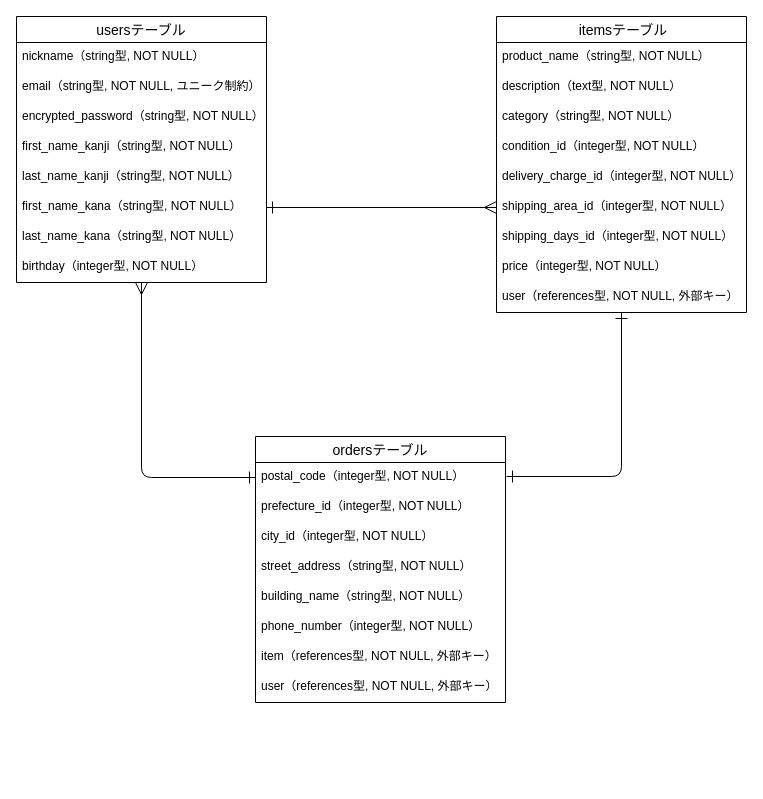
Above: test.dio in Tanaka925/furima-40189 (draw.io), before the change. Source tidied: cells renumbered, new cells numbered last; positions are measured from the earlier drawing's top-left corner, leaving out a move shared by most shapes. Both pictures are drawn from the tidied source at 100%, with x=0, y=0 at pixel (16, 16).
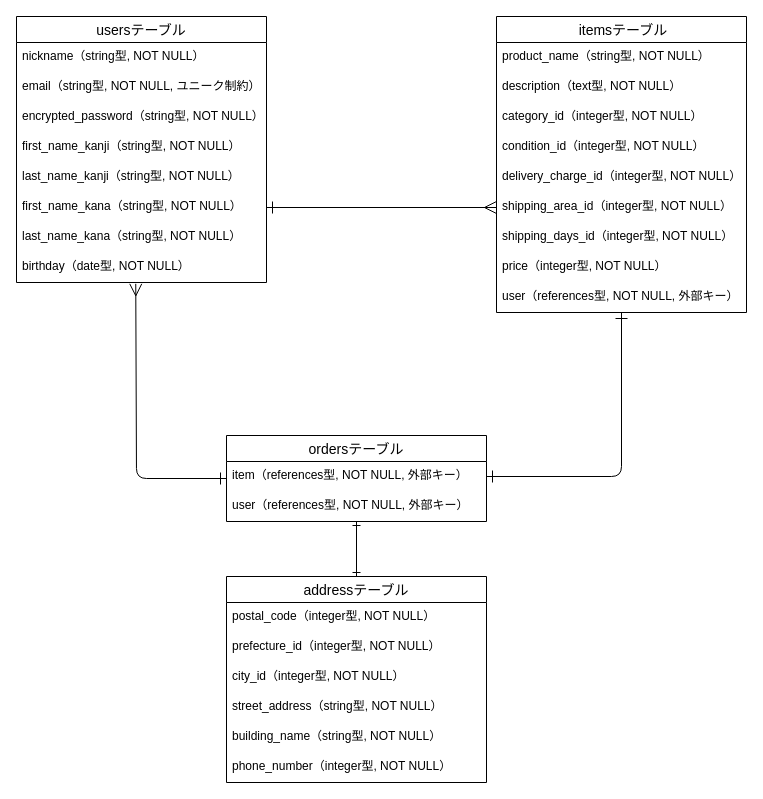
Above is the later version.

The change refers to these unchanged cells:
```xml
<mxCell id="3" value="usersテーブル" style="swimlane;fontStyle=0;horizontal=1;startSize=26;align=center;fontSize=14;" parent="1" vertex="1">
  <mxGeometry width="250" height="266" as="geometry" />
</mxCell>
<mxCell id="9" value="first_name_kana（string型, NOT NULL）" style="text;strokeColor=none;fillColor=none;spacingLeft=4;spacingRight=4;overflow=hidden;points=[[0,0.5],[1,0.5]];portConstraint=eastwest;fontSize=12;" parent="3" vertex="1">
  <mxGeometry y="176" width="250" height="30" as="geometry" />
</mxCell>
<mxCell id="13" value=" itemsテーブル" style="swimlane;fontStyle=0;horizontal=1;startSize=26;align=center;fontSize=14;" parent="1" vertex="1">
  <mxGeometry x="480" width="250" height="296" as="geometry" />
</mxCell>
<mxCell id="19" value="shipping_area_id（integer型, NOT NULL）" style="text;strokeColor=none;fillColor=none;spacingLeft=4;spacingRight=4;overflow=hidden;points=[[0,0.5],[1,0.5]];portConstraint=eastwest;fontSize=12;" parent="13" vertex="1">
  <mxGeometry y="176" width="250" height="30" as="geometry" />
</mxCell>
```

The edit, as a diff of the source:
```diff
@@
-    <mxCell id="2" style="edgeStyle=none;html=1;entryX=0;entryY=0.5;entryDx=0;entryDy=0;startArrow=ERmany;startFill=0;endArrow=ERone;endFill=0;startSize=10;endSize=10;" parent="1" edge="1" source="3" target="24">
-      <mxGeometry relative="1" as="geometry">
-        <Array as="points">
-          <mxPoint x="125" y="461" />
-        </Array>
-      </mxGeometry>
-    </mxCell>
@@
-    <mxCell id="11" value="birthday（integer型, NOT NULL）" style="text;strokeColor=none;fillColor=none;spacingLeft=4;spacingRight=4;overflow=hidden;points=[[0,0.5],[1,0.5]];portConstraint=eastwest;fontSize=12;" parent="3" vertex="1">
+    <mxCell id="11" value="birthday（date型, NOT NULL）" style="text;strokeColor=none;fillColor=none;spacingLeft=4;spacingRight=4;overflow=hidden;points=[[0,0.5],[1,0.5]];portConstraint=eastwest;fontSize=12;" parent="3" vertex="1">
       <mxGeometry y="236" width="250" height="30" as="geometry" />
     </mxCell>
-    <mxCell id="12" style="edgeStyle=none;html=1;startArrow=ERone;startFill=0;endArrow=ERone;endFill=0;startSize=10;endSize=10;" parent="1" edge="1" source="13">
+    <mxCell id="12" style="edgeStyle=none;html=1;startArrow=ERone;startFill=0;endArrow=ERone;endFill=0;startSize=10;endSize=10;entryX=1;entryY=0.5;entryDx=0;entryDy=0;" parent="1" edge="1" source="13" target="30">
       <mxGeometry relative="1" as="geometry">
-        <mxPoint x="490" y="460" as="targetPoint" />
         <Array as="points">
           <mxPoint x="605" y="460" />
         </Array>
       </mxGeometry>
     </mxCell>
@@
-    <mxCell id="16" value="category（string型, NOT NULL）" style="text;strokeColor=none;fillColor=none;spacingLeft=4;spacingRight=4;overflow=hidden;fontSize=12;" parent="13" vertex="1">
+    <mxCell id="16" value="category_id（integer型, NOT NULL）" style="text;strokeColor=none;fillColor=none;spacingLeft=4;spacingRight=4;overflow=hidden;fontSize=12;" parent="13" vertex="1">
       <mxGeometry y="86" width="250" height="30" as="geometry" />
     </mxCell>
@@
-    <mxCell id="23" value="ordersテーブル" style="swimlane;fontStyle=0;horizontal=1;startSize=26;align=center;fontSize=14;" parent="1" vertex="1">
-      <mxGeometry x="239" y="420" width="250" height="266" as="geometry" />
+    <mxCell id="23" value="addressテーブル" style="swimlane;fontStyle=0;horizontal=1;startSize=26;align=center;fontSize=14;" parent="1" vertex="1">
+      <mxGeometry x="210" y="560" width="260" height="206" as="geometry" />
     </mxCell>
     <mxCell id="24" value="postal_code（integer型, NOT NULL）" style="text;strokeColor=none;fillColor=none;spacingLeft=4;spacingRight=4;overflow=hidden;points=[[0,0.5],[1,0.5]];portConstraint=eastwest;fontSize=12;" parent="23" vertex="1">
-      <mxGeometry y="26" width="250" height="30" as="geometry" />
+      <mxGeometry y="26" width="260" height="30" as="geometry" />
     </mxCell>
     <mxCell id="25" value="prefecture_id（integer型, NOT NULL）" style="text;strokeColor=none;fillColor=none;spacingLeft=4;spacingRight=4;overflow=hidden;fontSize=12;" parent="23" vertex="1">
-      <mxGeometry y="56" width="250" height="30" as="geometry" />
+      <mxGeometry y="56" width="260" height="30" as="geometry" />
     </mxCell>
     <mxCell id="26" value="city_id（integer型, NOT NULL）" style="text;strokeColor=none;fillColor=none;spacingLeft=4;spacingRight=4;overflow=hidden;fontSize=12;" parent="23" vertex="1">
-      <mxGeometry y="86" width="250" height="30" as="geometry" />
+      <mxGeometry y="86" width="260" height="30" as="geometry" />
     </mxCell>
     <mxCell id="27" value="street_address（string型, NOT NULL）" style="text;strokeColor=none;fillColor=none;spacingLeft=4;spacingRight=4;overflow=hidden;fontSize=12;" parent="23" vertex="1">
-      <mxGeometry y="116" width="250" height="30" as="geometry" />
+      <mxGeometry y="116" width="260" height="30" as="geometry" />
     </mxCell>
     <mxCell id="28" value="building_name（string型, NOT NULL）" style="text;strokeColor=none;fillColor=none;spacingLeft=4;spacingRight=4;overflow=hidden;fontSize=12;" parent="23" vertex="1">
-      <mxGeometry y="146" width="250" height="30" as="geometry" />
+      <mxGeometry y="146" width="260" height="30" as="geometry" />
     </mxCell>
     <mxCell id="29" value="phone_number（integer型, NOT NULL）" style="text;strokeColor=none;fillColor=none;spacingLeft=4;spacingRight=4;overflow=hidden;fontSize=12;" parent="23" vertex="1">
-      <mxGeometry y="176" width="250" height="30" as="geometry" />
+      <mxGeometry y="176" width="260" height="30" as="geometry" />
     </mxCell>
+    <mxCell id="32" style="edgeStyle=none;html=1;exitX=1;exitY=0.5;exitDx=0;exitDy=0;entryX=0;entryY=0.5;entryDx=0;entryDy=0;startArrow=ERone;startFill=0;endArrow=ERmany;endFill=0;endSize=10;startSize=10;" parent="1" edge="1" source="9" target="19">
+      <mxGeometry relative="1" as="geometry" />
+    </mxCell>
+    <mxCell id="33" style="edgeStyle=none;html=1;entryX=0;entryY=0.5;entryDx=0;entryDy=0;startArrow=ERmany;startFill=0;endArrow=ERone;endFill=0;startSize=10;endSize=10;exitX=0.477;exitY=1.044;exitDx=0;exitDy=0;exitPerimeter=0;" parent="1" edge="1" source="11" target="35">
+      <mxGeometry relative="1" as="geometry">
+        <Array as="points">
+          <mxPoint x="120" y="462" />
+        </Array>
+      </mxGeometry>
+    </mxCell>
+    <mxCell id="34" style="edgeStyle=none;html=1;endArrow=ERone;endFill=0;entryX=0.5;entryY=0;entryDx=0;entryDy=0;startArrow=ERone;startFill=0;" parent="1" edge="1" source="35" target="23">
+      <mxGeometry relative="1" as="geometry" />
+    </mxCell>
+    <mxCell id="35" value="ordersテーブル" style="swimlane;fontStyle=0;horizontal=1;startSize=26;align=center;fontSize=14;" parent="1" vertex="1">
+      <mxGeometry x="210" y="419" width="260" height="86" as="geometry" />
+    </mxCell>
-    <mxCell id="30" value="item（references型, NOT NULL, 外部キー）" style="text;strokeColor=none;fillColor=none;spacingLeft=4;spacingRight=4;overflow=hidden;points=[[0,0.5],[1,0.5]];portConstraint=eastwest;fontSize=12;" parent="23" vertex="1">
-      <mxGeometry y="206" width="250" height="30" as="geometry" />
+    <mxCell id="30" value="item（references型, NOT NULL, 外部キー）" style="text;strokeColor=none;fillColor=none;spacingLeft=4;spacingRight=4;overflow=hidden;points=[[0,0.5],[1,0.5]];portConstraint=eastwest;fontSize=12;" parent="35" vertex="1">
+      <mxGeometry y="26" width="260" height="30" as="geometry" />
     </mxCell>
-    <mxCell id="31" value="user（references型, NOT NULL, 外部キー）" style="text;strokeColor=none;fillColor=none;spacingLeft=4;spacingRight=4;overflow=hidden;fontSize=12;" parent="23" vertex="1">
-      <mxGeometry y="236" width="250" height="30" as="geometry" />
+    <mxCell id="31" value="user（references型, NOT NULL, 外部キー）" style="text;strokeColor=none;fillColor=none;spacingLeft=4;spacingRight=4;overflow=hidden;fontSize=12;" parent="35" vertex="1">
+      <mxGeometry y="56" width="260" height="30" as="geometry" />
     </mxCell>
-    <mxCell id="32" style="edgeStyle=none;html=1;exitX=1;exitY=0.5;exitDx=0;exitDy=0;entryX=0;entryY=0.5;entryDx=0;entryDy=0;startArrow=ERone;startFill=0;endArrow=ERmany;endFill=0;endSize=10;startSize=10;" parent="1" edge="1" source="9" target="19">
-      <mxGeometry relative="1" as="geometry" />
-    </mxCell>
```
